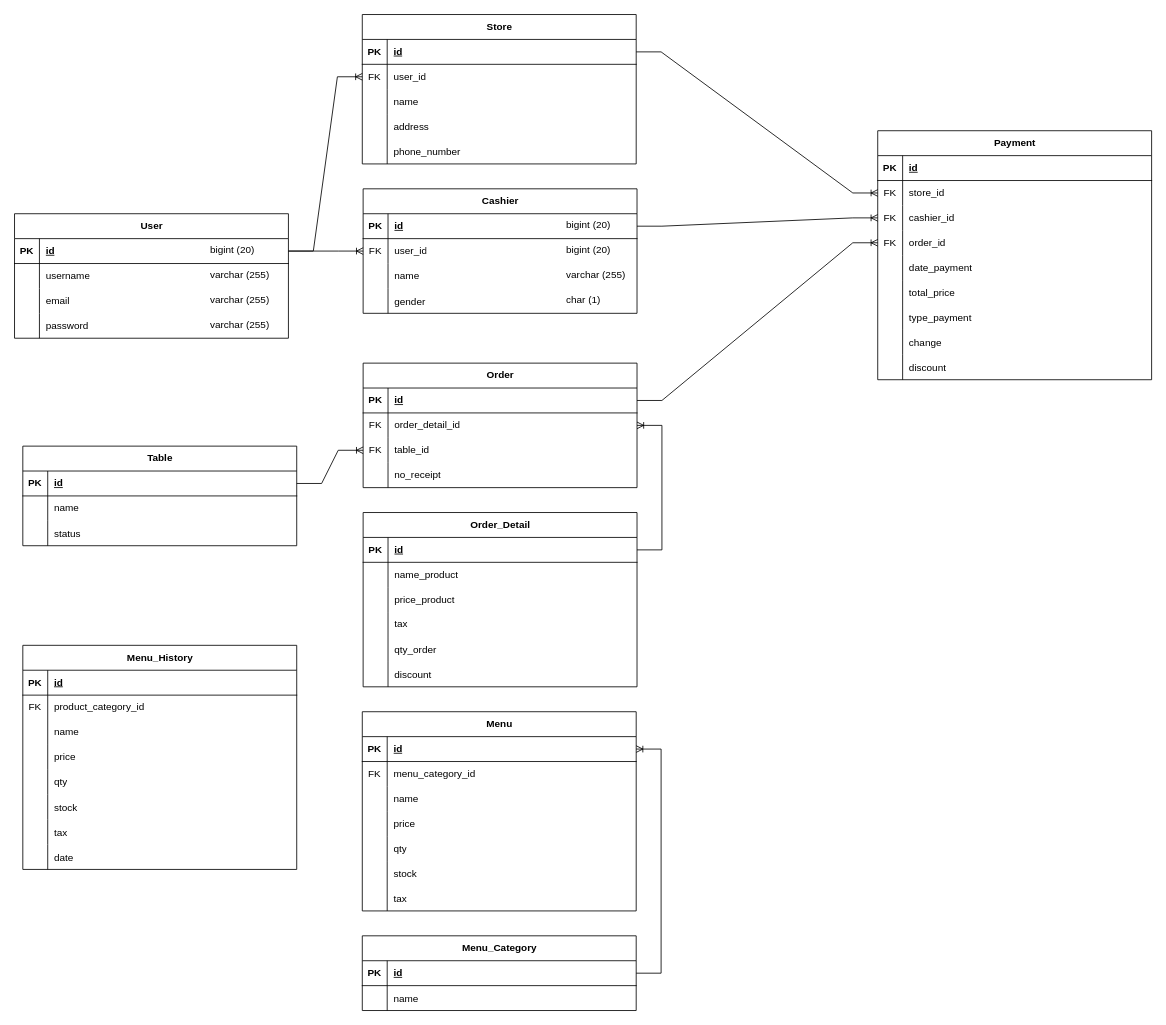
Before: Normalisasi & ERD Kasir.drawio in ProjectPKL-Argenesia/CoffeeShopCashier, a draw.io diagram. Source tidied: cells renumbered, new cells numbered last; positions are measured from the earlier drawing's top-left corner, leaving out a move shared by most shapes. Both pictures are drawn from the tidied source at 83%, with x=0, y=0 at pixel (14, 14).
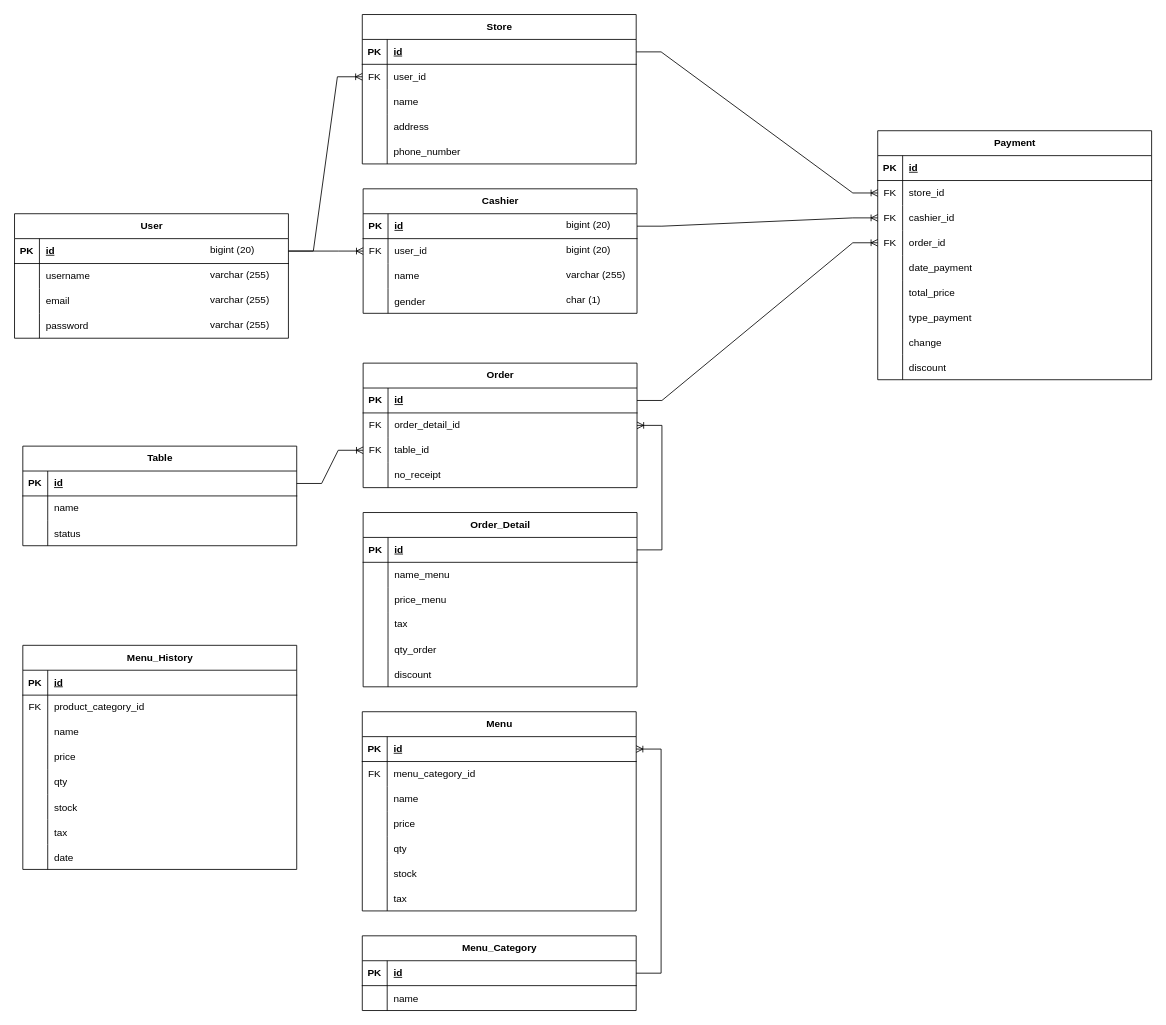
Above is the later version.

The change refers to these unchanged cells:
```xml
<mxCell id="53" style="shape=tableRow;horizontal=0;startSize=0;swimlaneHead=0;swimlaneBody=0;fillColor=none;top=0;left=0;right=0;bottom=0;" parent="49" vertex="1">
  <mxGeometry y="60" width="330" height="30" as="geometry" />
</mxCell>
<mxCell id="56" style="shape=tableRow;horizontal=0;startSize=0;swimlaneHead=0;swimlaneBody=0;fillColor=none;top=0;left=0;right=0;bottom=0;" parent="49" vertex="1">
  <mxGeometry y="90" width="330" height="30" as="geometry" />
</mxCell>
```

Change to the diagram source:
```diff
@@
-    <mxCell id="55" value="name_product" style="shape=partialRectangle;fillColor=none;top=0;left=0;bottom=0;right=0;align=left;spacingLeft=6;fontStyle=0;overflow=hidden;whiteSpace=wrap;html=1;" parent="53" vertex="1">
+    <mxCell id="55" value="name_menu" style="shape=partialRectangle;fillColor=none;top=0;left=0;bottom=0;right=0;align=left;spacingLeft=6;fontStyle=0;overflow=hidden;whiteSpace=wrap;html=1;" parent="53" vertex="1">
       <mxGeometry x="30" width="300" height="30" as="geometry" />
     </mxCell>
@@
-    <mxCell id="58" value="price_product" style="shape=partialRectangle;fillColor=none;top=0;left=0;bottom=0;right=0;align=left;spacingLeft=6;fontStyle=0;overflow=hidden;whiteSpace=wrap;html=1;" parent="56" vertex="1">
+    <mxCell id="58" value="price_menu" style="shape=partialRectangle;fillColor=none;top=0;left=0;bottom=0;right=0;align=left;spacingLeft=6;fontStyle=0;overflow=hidden;whiteSpace=wrap;html=1;" parent="56" vertex="1">
       <mxGeometry x="30" width="300" height="30" as="geometry" />
     </mxCell>
```
